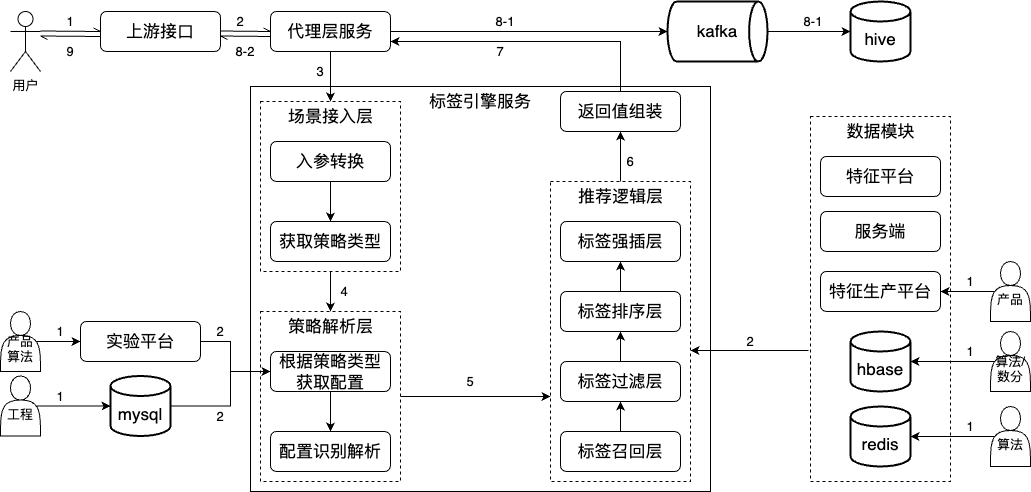
This is work-draw-file/标签平台数据链路图.png from liujunao/draw-data, a draw.io export, as it was before one commit. Source tidied: cells renumbered, new cells last; positions are measured from the earlier drawing's top-left corner, leaving out a move shared by most shapes.
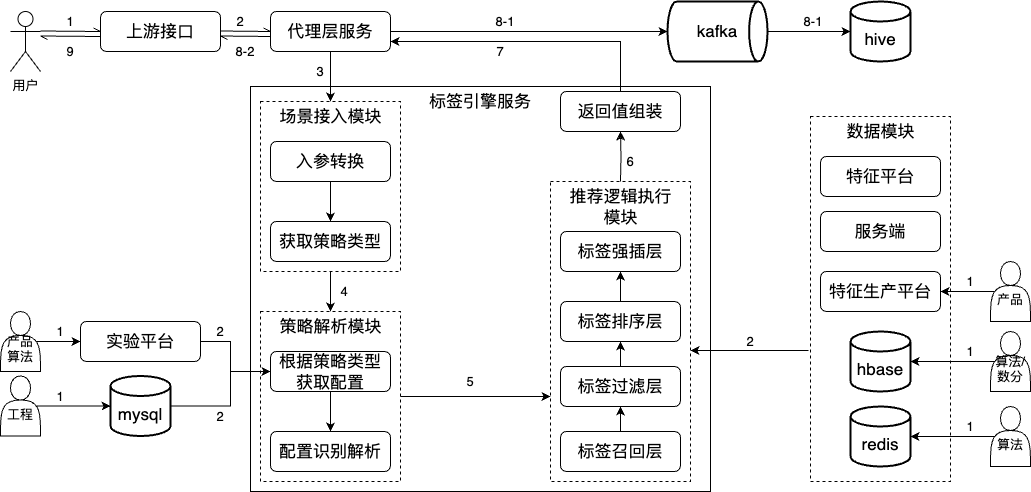
The same diagram one commit later.

Commit message:
更新标签平台数据链路图.png

What changed in the source:
```diff
@@ -56,7 +56,7 @@
       <mxGeometry x="560" y="430" width="120" height="40" as="geometry" />
     </mxCell>
     <mxCell id="18" value="&lt;font size=&quot;3&quot;&gt;标签强插层&lt;/font&gt;" style="rounded=1;whiteSpace=wrap;html=1;" parent="1" vertex="1">
-      <mxGeometry x="560" y="220" width="120" height="40" as="geometry" />
+      <mxGeometry x="560" y="230" width="120" height="40" as="geometry" />
     </mxCell>
     <mxCell id="19" value="&lt;font size=&quot;3&quot;&gt;特征平台&lt;/font&gt;" style="rounded=1;whiteSpace=wrap;html=1;" parent="1" vertex="1">
       <mxGeometry x="820" y="155" width="120" height="40" as="geometry" />
@@ -70,7 +70,7 @@
     <mxCell id="22" value="用户" style="shape=umlActor;verticalLabelPosition=bottom;verticalAlign=top;html=1;" parent="1" vertex="1">
       <mxGeometry x="10" y="10" width="30" height="60" as="geometry" />
     </mxCell>
-    <mxCell id="23" value="&lt;font size=&quot;3&quot;&gt;场景接入层&lt;/font&gt;" style="text;html=1;strokeColor=none;fillColor=none;align=center;verticalAlign=middle;whiteSpace=wrap;rounded=0;" parent="1" vertex="1">
+    <mxCell id="23" value="&lt;font size=&quot;3&quot;&gt;场景接入模块&lt;/font&gt;" style="text;html=1;strokeColor=none;fillColor=none;align=center;verticalAlign=middle;whiteSpace=wrap;rounded=0;" parent="1" vertex="1">
       <mxGeometry x="277.5" y="100" width="105" height="30" as="geometry" />
     </mxCell>
     <mxCell id="24" style="edgeStyle=orthogonalEdgeStyle;rounded=0;jettySize=auto;html=1;exitX=0.5;exitY=1;exitDx=0;exitDy=0;" parent="1" edge="1" source="25" target="10">
@@ -79,7 +79,7 @@
     <mxCell id="25" value="&lt;font size=&quot;3&quot;&gt;入参转换&lt;/font&gt;" style="rounded=1;whiteSpace=wrap;html=1;" parent="1" vertex="1">
       <mxGeometry x="270" y="140" width="120" height="40" as="geometry" />
     </mxCell>
-    <mxCell id="26" value="&lt;font size=&quot;3&quot;&gt;策略解析层&lt;/font&gt;" style="text;html=1;strokeColor=none;fillColor=none;align=center;verticalAlign=middle;whiteSpace=wrap;rounded=0;" parent="1" vertex="1">
+    <mxCell id="26" value="&lt;font size=&quot;3&quot;&gt;策略解析模块&lt;/font&gt;" style="text;html=1;strokeColor=none;fillColor=none;align=center;verticalAlign=middle;whiteSpace=wrap;rounded=0;" parent="1" vertex="1">
       <mxGeometry x="277.5" y="310" width="105" height="30" as="geometry" />
     </mxCell>
     <mxCell id="27" style="edgeStyle=orthogonalEdgeStyle;rounded=0;jettySize=auto;html=1;exitX=1;exitY=0.5;exitDx=0;exitDy=0;exitPerimeter=0;entryX=0;entryY=0.5;entryDx=0;entryDy=0;" parent="1" edge="1" source="28" target="12">
@@ -93,23 +93,25 @@
     <mxCell id="28" value="&lt;br&gt;&lt;font size=&quot;3&quot;&gt;mysql&lt;/font&gt;" style="strokeWidth=2;html=1;shape=mxgraph.flowchart.database;whiteSpace=wrap;" parent="1" vertex="1">
       <mxGeometry x="110" y="374.5" width="60" height="60" as="geometry" />
     </mxCell>
-    <mxCell id="29" style="edgeStyle=orthogonalEdgeStyle;rounded=0;jettySize=auto;html=1;exitX=0.5;exitY=0;exitDx=0;exitDy=0;entryX=0.5;entryY=1;entryDx=0;entryDy=0;" parent="1" edge="1" source="30" target="46">
-      <mxGeometry relative="1" as="geometry" />
+    <mxCell id="29" style="edgeStyle=orthogonalEdgeStyle;rounded=0;jettySize=auto;html=1;entryX=0.5;entryY=1;entryDx=0;entryDy=0;" parent="1" edge="1" target="46">
+      <mxGeometry relative="1" as="geometry">
+        <mxPoint x="620" y="180" as="sourcePoint" />
+      </mxGeometry>
     </mxCell>
-    <mxCell id="30" value="&lt;font size=&quot;3&quot;&gt;推荐逻辑层&lt;/font&gt;" style="text;html=1;strokeColor=none;fillColor=none;align=center;verticalAlign=middle;whiteSpace=wrap;rounded=0;" parent="1" vertex="1">
-      <mxGeometry x="567.5" y="180" width="105" height="30" as="geometry" />
+    <mxCell id="30" value="&lt;font size=&quot;3&quot;&gt;推荐逻辑执行模块&lt;/font&gt;" style="text;html=1;strokeColor=none;fillColor=none;align=center;verticalAlign=middle;whiteSpace=wrap;rounded=0;" parent="1" vertex="1">
+      <mxGeometry x="567.5" y="190" width="105" height="30" as="geometry" />
     </mxCell>
     <mxCell id="31" style="edgeStyle=orthogonalEdgeStyle;rounded=0;jettySize=auto;html=1;exitX=0.5;exitY=0;exitDx=0;exitDy=0;entryX=0.5;entryY=1;entryDx=0;entryDy=0;" parent="1" edge="1" source="32" target="34">
       <mxGeometry relative="1" as="geometry" />
     </mxCell>
     <mxCell id="32" value="&lt;font size=&quot;3&quot;&gt;标签过滤层&lt;/font&gt;" style="rounded=1;whiteSpace=wrap;html=1;" parent="1" vertex="1">
-      <mxGeometry x="560" y="360" width="120" height="40" as="geometry" />
+      <mxGeometry x="560" y="365" width="120" height="40" as="geometry" />
     </mxCell>
     <mxCell id="33" style="edgeStyle=orthogonalEdgeStyle;rounded=0;jettySize=auto;html=1;exitX=0.5;exitY=0;exitDx=0;exitDy=0;entryX=0.5;entryY=1;entryDx=0;entryDy=0;" parent="1" edge="1" source="34" target="18">
       <mxGeometry relative="1" as="geometry" />
     </mxCell>
     <mxCell id="34" value="&lt;font size=&quot;3&quot;&gt;标签排序层&lt;/font&gt;" style="rounded=1;whiteSpace=wrap;html=1;" parent="1" vertex="1">
-      <mxGeometry x="560" y="290" width="120" height="40" as="geometry" />
+      <mxGeometry x="560" y="300" width="120" height="40" as="geometry" />
     </mxCell>
     <mxCell id="35" value="&lt;br&gt;&lt;font size=&quot;3&quot;&gt;hbase&lt;/font&gt;" style="strokeWidth=2;html=1;shape=mxgraph.flowchart.database;whiteSpace=wrap;" parent="1" vertex="1">
       <mxGeometry x="850" y="330" width="60" height="60" as="geometry" />
```
